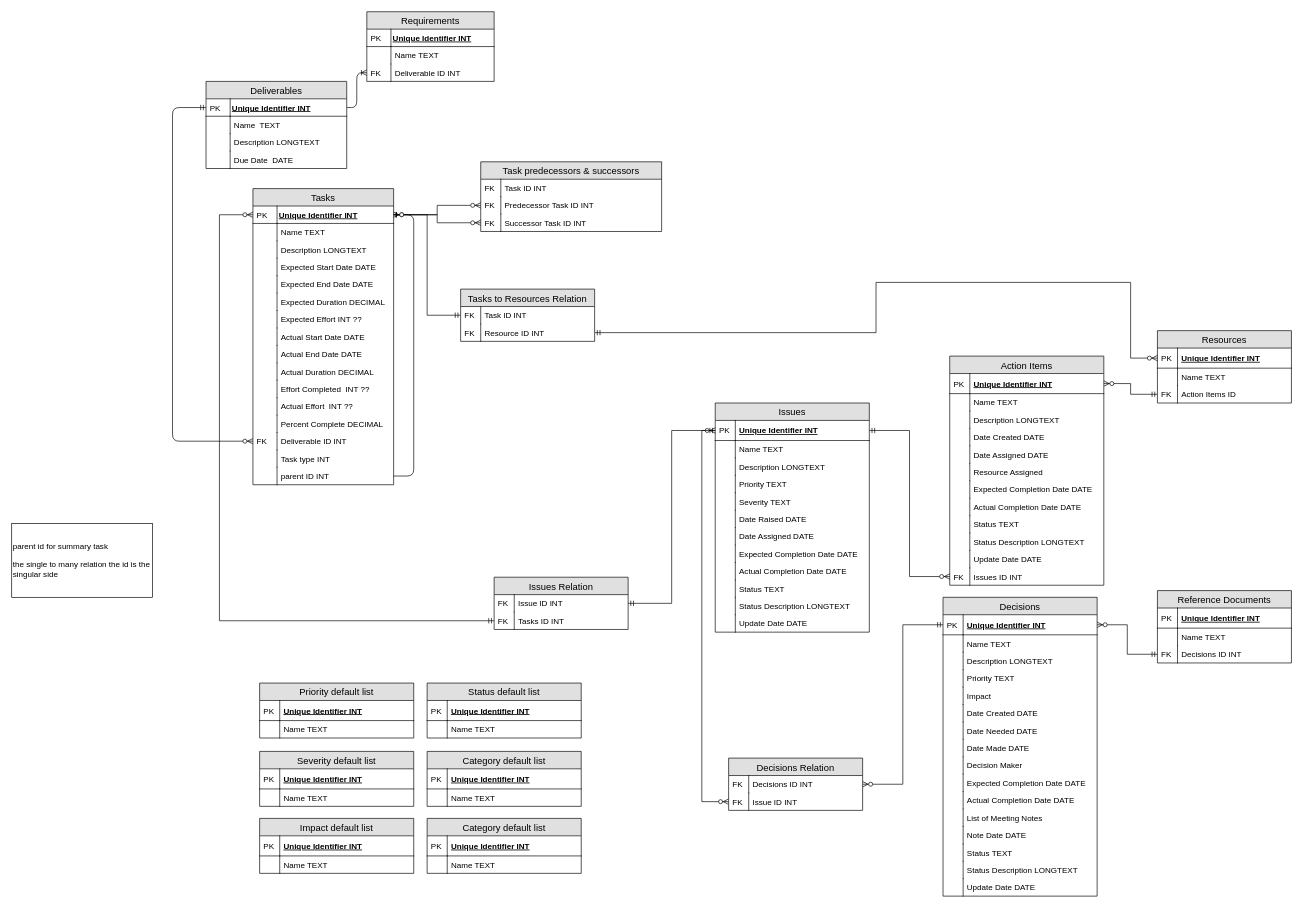
This is ERD.drawio from alicebalayan/comp380---project3, a draw.io file, before an edit. Source tidied: cells renumbered, new cells numbered last; positions are measured from the earlier drawing's top-left corner, leaving out a move shared by most shapes. Both pictures are drawn from the tidied source at 67%, with x=0, y=0 at pixel (11, 11).
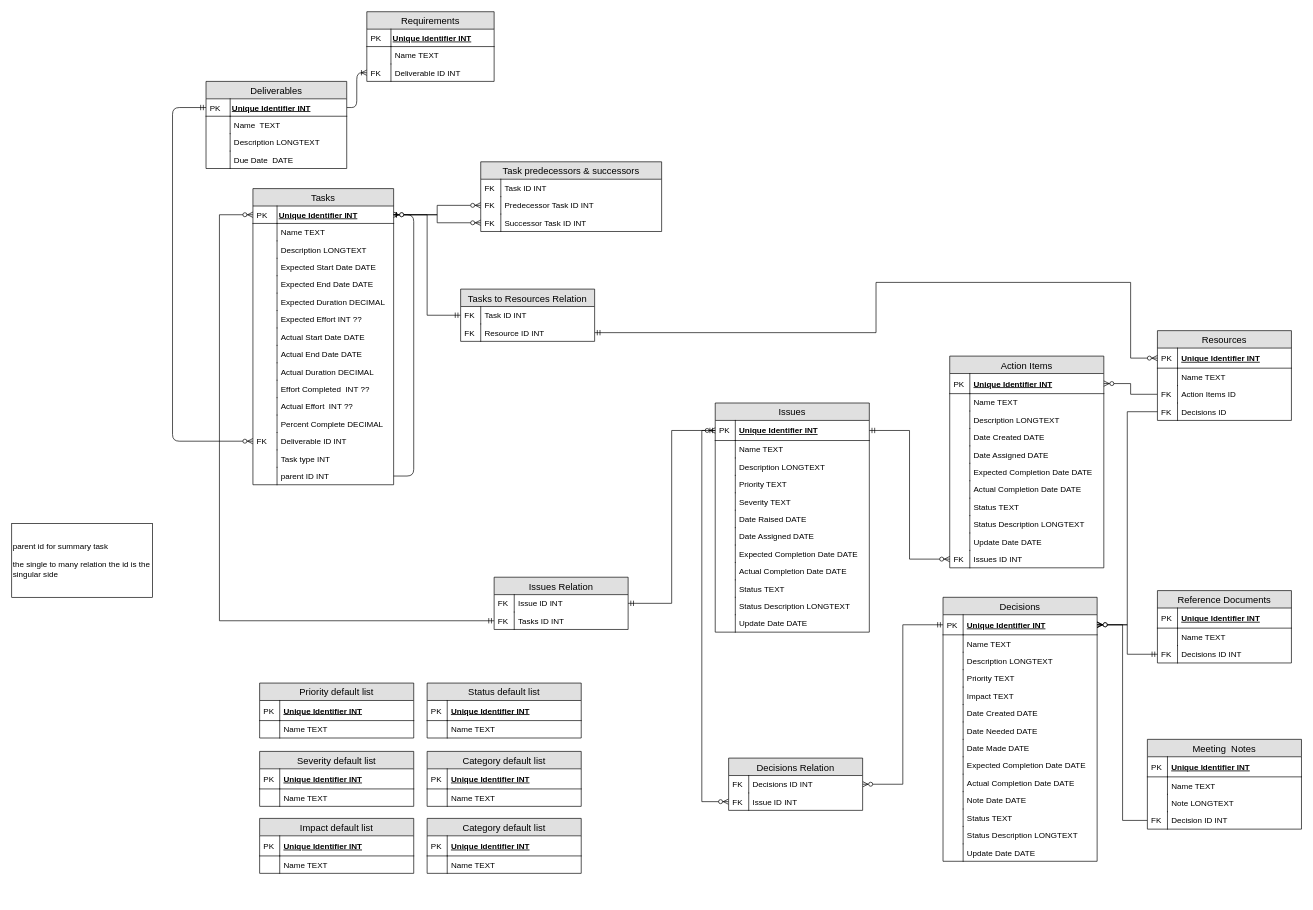
The same diagram, later.

Unchanged cells that the change refers to:
```xml
<mxCell id="29" value="Unique Identifier INT" style="shape=partialRectangle;top=0;left=0;right=0;bottom=1;align=left;verticalAlign=middle;fillColor=none;spacingLeft=34;spacingRight=4;overflow=hidden;points=[[0,0.5],[1,0.5]];portConstraint=eastwest;fontStyle=5;fontSize=12;" parent="28" vertex="1">
  <mxGeometry y="26" width="230" height="30" as="geometry" />
</mxCell>
<mxCell id="62" value="Unique Identifier INT" style="shape=partialRectangle;top=0;left=0;right=0;bottom=1;align=left;verticalAlign=middle;fillColor=none;spacingLeft=34;spacingRight=4;overflow=hidden;points=[[0,0.5],[1,0.5]];portConstraint=eastwest;fontStyle=5;fontSize=12;" parent="61" vertex="1">
  <mxGeometry y="26" width="230" height="30" as="geometry" />
</mxCell>
<mxCell id="150" value="Action Items ID&#10;" style="shape=partialRectangle;top=0;left=0;right=0;bottom=0;align=left;verticalAlign=top;fillColor=none;spacingLeft=34;spacingRight=4;overflow=hidden;points=[[0,0.5],[1,0.5]];portConstraint=eastwest;fontSize=12;" parent="145" vertex="1">
  <mxGeometry y="82" width="200" height="26" as="geometry" />
</mxCell>
```

Change to the diagram source:
```diff
@@
     <mxCell id="28" value="Decisions" style="swimlane;fontStyle=0;horizontal=1;startSize=26;fillColor=#e0e0e0;swimlaneFillColor=#ffffff;align=center;fontSize=14;" parent="1" vertex="1">
-      <mxGeometry x="1390" y="874" width="230" height="446" as="geometry" />
+      <mxGeometry x="1390" y="874" width="230" height="394" as="geometry" />
     </mxCell>
@@
-    <mxCell id="37" value="Impact" style="shape=partialRectangle;top=0;left=0;right=0;bottom=0;align=left;verticalAlign=top;fillColor=none;spacingLeft=34;spacingRight=4;overflow=hidden;fontSize=12;" parent="28" vertex="1">
+    <mxCell id="37" value="Impact TEXT" style="shape=partialRectangle;top=0;left=0;right=0;bottom=0;align=left;verticalAlign=top;fillColor=none;spacingLeft=34;spacingRight=4;overflow=hidden;fontSize=12;" parent="28" vertex="1">
       <mxGeometry y="134" width="230" height="26" as="geometry" />
     </mxCell>
@@
-    <mxCell id="45" value="Decision Maker" style="shape=partialRectangle;top=0;left=0;right=0;bottom=0;align=left;verticalAlign=top;fillColor=none;spacingLeft=34;spacingRight=4;overflow=hidden;fontSize=12;" parent="28" vertex="1">
-      <mxGeometry y="238" width="230" height="26" as="geometry" />
-    </mxCell>
-    <mxCell id="46" style="shape=partialRectangle;top=0;left=0;bottom=0;fillColor=none;align=left;verticalAlign=top;spacingLeft=4;spacingRight=4;overflow=hidden;fontSize=12;" parent="45" vertex="1">
-      <mxGeometry width="30" height="26" as="geometry" />
-    </mxCell>
     <mxCell id="47" value="Expected Completion Date DATE" style="shape=partialRectangle;top=0;left=0;right=0;bottom=0;align=left;verticalAlign=top;fillColor=none;spacingLeft=34;spacingRight=4;overflow=hidden;fontSize=12;" parent="28" vertex="1">
-      <mxGeometry y="264" width="230" height="26" as="geometry" />
+      <mxGeometry y="238" width="230" height="26" as="geometry" />
     </mxCell>
@@
     <mxCell id="49" value="Actual Completion Date DATE" style="shape=partialRectangle;top=0;left=0;right=0;bottom=0;align=left;verticalAlign=top;fillColor=none;spacingLeft=34;spacingRight=4;overflow=hidden;fontSize=12;" parent="28" vertex="1">
-      <mxGeometry y="290" width="230" height="26" as="geometry" />
+      <mxGeometry y="264" width="230" height="26" as="geometry" />
     </mxCell>
@@
-    <mxCell id="51" value="List of Meeting Notes" style="shape=partialRectangle;top=0;left=0;right=0;bottom=0;align=left;verticalAlign=top;fillColor=none;spacingLeft=34;spacingRight=4;overflow=hidden;fontSize=12;" parent="28" vertex="1">
-      <mxGeometry y="316" width="230" height="26" as="geometry" />
-    </mxCell>
-    <mxCell id="52" style="shape=partialRectangle;top=0;left=0;bottom=0;fillColor=none;align=left;verticalAlign=top;spacingLeft=4;spacingRight=4;overflow=hidden;fontSize=12;" parent="51" vertex="1">
-      <mxGeometry width="30" height="26" as="geometry" />
-    </mxCell>
     <mxCell id="53" value="Note Date DATE" style="shape=partialRectangle;top=0;left=0;right=0;bottom=0;align=left;verticalAlign=top;fillColor=none;spacingLeft=34;spacingRight=4;overflow=hidden;fontSize=12;" parent="28" vertex="1">
-      <mxGeometry y="342" width="230" height="26" as="geometry" />
+      <mxGeometry y="290" width="230" height="26" as="geometry" />
     </mxCell>
@@
     <mxCell id="55" value="Status TEXT" style="shape=partialRectangle;top=0;left=0;right=0;bottom=0;align=left;verticalAlign=top;fillColor=none;spacingLeft=34;spacingRight=4;overflow=hidden;fontSize=12;" parent="28" vertex="1">
-      <mxGeometry y="368" width="230" height="26" as="geometry" />
+      <mxGeometry y="316" width="230" height="26" as="geometry" />
     </mxCell>
@@
     <mxCell id="57" value="Status Description LONGTEXT" style="shape=partialRectangle;top=0;left=0;right=0;bottom=0;align=left;verticalAlign=top;fillColor=none;spacingLeft=34;spacingRight=4;overflow=hidden;fontSize=12;" parent="28" vertex="1">
-      <mxGeometry y="394" width="230" height="26" as="geometry" />
+      <mxGeometry y="342" width="230" height="26" as="geometry" />
     </mxCell>
@@
     <mxCell id="59" value="Update Date DATE" style="shape=partialRectangle;top=0;left=0;right=0;bottom=0;align=left;verticalAlign=top;fillColor=none;spacingLeft=34;spacingRight=4;overflow=hidden;fontSize=12;" parent="28" vertex="1">
-      <mxGeometry y="420" width="230" height="26" as="geometry" />
+      <mxGeometry y="368" width="230" height="26" as="geometry" />
     </mxCell>
@@
     <mxCell id="61" value="Action Items" style="swimlane;fontStyle=0;horizontal=1;startSize=26;fillColor=#e0e0e0;swimlaneFillColor=#ffffff;align=center;fontSize=14;" parent="1" vertex="1">
-      <mxGeometry x="1400" y="514" width="230" height="342" as="geometry" />
+      <mxGeometry x="1400" y="514" width="230" height="316" as="geometry" />
     </mxCell>
@@
-    <mxCell id="72" value="Resource Assigned" style="shape=partialRectangle;top=0;left=0;right=0;bottom=0;align=left;verticalAlign=top;fillColor=none;spacingLeft=34;spacingRight=4;overflow=hidden;fontSize=12;" parent="61" vertex="1">
-      <mxGeometry y="160" width="230" height="26" as="geometry" />
-    </mxCell>
-    <mxCell id="73" style="shape=partialRectangle;top=0;left=0;bottom=0;fillColor=none;align=left;verticalAlign=top;spacingLeft=4;spacingRight=4;overflow=hidden;fontSize=12;" parent="72" vertex="1">
-      <mxGeometry width="30" height="26" as="geometry" />
-    </mxCell>
     <mxCell id="74" value="Expected Completion Date DATE" style="shape=partialRectangle;top=0;left=0;right=0;bottom=0;align=left;verticalAlign=top;fillColor=none;spacingLeft=34;spacingRight=4;overflow=hidden;fontSize=12;" parent="61" vertex="1">
-      <mxGeometry y="186" width="230" height="26" as="geometry" />
+      <mxGeometry y="160" width="230" height="26" as="geometry" />
     </mxCell>
@@
     <mxCell id="76" value="Actual Completion Date DATE" style="shape=partialRectangle;top=0;left=0;right=0;bottom=0;align=left;verticalAlign=top;fillColor=none;spacingLeft=34;spacingRight=4;overflow=hidden;fontSize=12;" parent="61" vertex="1">
-      <mxGeometry y="212" width="230" height="26" as="geometry" />
+      <mxGeometry y="186" width="230" height="26" as="geometry" />
     </mxCell>
@@
     <mxCell id="78" value="Status TEXT" style="shape=partialRectangle;top=0;left=0;right=0;bottom=0;align=left;verticalAlign=top;fillColor=none;spacingLeft=34;spacingRight=4;overflow=hidden;fontSize=12;" parent="61" vertex="1">
-      <mxGeometry y="238" width="230" height="26" as="geometry" />
+      <mxGeometry y="212" width="230" height="26" as="geometry" />
     </mxCell>
@@
     <mxCell id="80" value="Status Description LONGTEXT" style="shape=partialRectangle;top=0;left=0;right=0;bottom=0;align=left;verticalAlign=top;fillColor=none;spacingLeft=34;spacingRight=4;overflow=hidden;fontSize=12;" parent="61" vertex="1">
-      <mxGeometry y="264" width="230" height="26" as="geometry" />
+      <mxGeometry y="238" width="230" height="26" as="geometry" />
     </mxCell>
@@
     <mxCell id="82" value="Update Date DATE" style="shape=partialRectangle;top=0;left=0;right=0;bottom=0;align=left;verticalAlign=top;fillColor=none;spacingLeft=34;spacingRight=4;overflow=hidden;fontSize=12;" parent="61" vertex="1">
-      <mxGeometry y="290" width="230" height="26" as="geometry" />
+      <mxGeometry y="264" width="230" height="26" as="geometry" />
     </mxCell>
@@
     <mxCell id="84" value="Issues ID INT" style="shape=partialRectangle;top=0;left=0;right=0;bottom=0;align=left;verticalAlign=top;fillColor=none;spacingLeft=34;spacingRight=4;overflow=hidden;points=[[0,0.5],[1,0.5]];portConstraint=eastwest;fontSize=12;" parent="61" vertex="1">
-      <mxGeometry y="316" width="230" height="26" as="geometry" />
+      <mxGeometry y="290" width="230" height="26" as="geometry" />
     </mxCell>
@@
-    <mxCell id="144" style="edgeStyle=elbowEdgeStyle;rounded=0;jettySize=auto;html=1;exitX=1;exitY=0.5;exitDx=0;exitDy=0;startArrow=ERzeroToMany;startFill=1;endArrow=ERmandOne;endFill=0;entryX=0;entryY=0.5;entryDx=0;entryDy=0;" parent="1" edge="1" source="62" target="150">
+    <mxCell id="144" style="edgeStyle=elbowEdgeStyle;rounded=0;jettySize=auto;html=1;exitX=1;exitY=0.5;exitDx=0;exitDy=0;startArrow=ERzeroToMany;startFill=1;endArrow=none;endFill=0;entryX=0;entryY=0.5;entryDx=0;entryDy=0;" parent="1" edge="1" source="62" target="150">
       <mxGeometry relative="1" as="geometry" />
     </mxCell>
     <mxCell id="145" value="Resources" style="swimlane;fontStyle=0;horizontal=1;startSize=26;fillColor=#e0e0e0;swimlaneFillColor=#ffffff;align=center;fontSize=14;" parent="1" vertex="1">
-      <mxGeometry x="1710" y="476" width="200" height="108" as="geometry" />
+      <mxGeometry x="1710" y="476" width="200" height="134" as="geometry" />
     </mxCell>
@@
+    <mxCell id="215" value="Decisions ID&#10;" style="shape=partialRectangle;top=0;left=0;right=0;bottom=0;align=left;verticalAlign=top;fillColor=none;spacingLeft=34;spacingRight=4;overflow=hidden;points=[[0,0.5],[1,0.5]];portConstraint=eastwest;fontSize=12;" parent="145" vertex="1">
+      <mxGeometry y="108" width="200" height="26" as="geometry" />
+    </mxCell>
+    <mxCell id="216" value="FK" style="shape=partialRectangle;top=0;left=0;bottom=0;fillColor=none;align=left;verticalAlign=top;spacingLeft=4;spacingRight=4;overflow=hidden;fontSize=12;" parent="215" vertex="1">
+      <mxGeometry width="30" height="26" as="geometry" />
+    </mxCell>
@@
+    <mxCell id="217" style="edgeStyle=elbowEdgeStyle;rounded=0;jettySize=auto;html=1;exitX=1;exitY=0.5;exitDx=0;exitDy=0;startArrow=ERzeroToMany;startFill=1;endArrow=none;endFill=0;entryX=0;entryY=0.5;entryDx=0;entryDy=0;" parent="1" edge="1" source="29" target="215">
+      <mxGeometry relative="1" as="geometry" />
+    </mxCell>
+    <mxCell id="218" style="edgeStyle=elbowEdgeStyle;rounded=0;jettySize=auto;html=1;startArrow=ERzeroToMany;startFill=1;endArrow=none;endFill=0;entryX=0;entryY=0.5;entryDx=0;entryDy=0;exitX=1;exitY=0.5;exitDx=0;exitDy=0;" parent="1" edge="1" source="29" target="226">
+      <mxGeometry relative="1" as="geometry" />
+    </mxCell>
+    <mxCell id="219" value="Meeting  Notes" style="swimlane;fontStyle=0;horizontal=1;startSize=26;fillColor=#e0e0e0;swimlaneFillColor=#ffffff;align=center;fontSize=14;" parent="1" vertex="1">
+      <mxGeometry x="1695" y="1086" width="230" height="134" as="geometry" />
+    </mxCell>
+    <mxCell id="220" value="Unique Identifier INT" style="shape=partialRectangle;top=0;left=0;right=0;bottom=1;align=left;verticalAlign=middle;fillColor=none;spacingLeft=34;spacingRight=4;overflow=hidden;fontStyle=5;fontSize=12;" parent="219" vertex="1">
+      <mxGeometry y="26" width="230" height="30" as="geometry" />
+    </mxCell>
+    <mxCell id="221" value="PK" style="shape=partialRectangle;top=0;left=0;bottom=0;fillColor=none;align=left;verticalAlign=middle;spacingLeft=4;spacingRight=4;overflow=hidden;fontSize=12;" parent="220" vertex="1">
+      <mxGeometry width="30" height="30" as="geometry" />
+    </mxCell>
+    <mxCell id="222" value="Name TEXT" style="shape=partialRectangle;top=0;left=0;right=0;bottom=0;align=left;verticalAlign=top;fillColor=none;spacingLeft=34;spacingRight=4;overflow=hidden;fontSize=12;" parent="219" vertex="1">
+      <mxGeometry y="56" width="230" height="26" as="geometry" />
+    </mxCell>
+    <mxCell id="223" style="shape=partialRectangle;top=0;left=0;bottom=0;fillColor=none;align=left;verticalAlign=top;spacingLeft=4;spacingRight=4;overflow=hidden;fontSize=12;" parent="222" vertex="1">
+      <mxGeometry width="30" height="26" as="geometry" />
+    </mxCell>
+    <mxCell id="224" value="Note LONGTEXT" style="shape=partialRectangle;top=0;left=0;right=0;bottom=0;align=left;verticalAlign=top;fillColor=none;spacingLeft=34;spacingRight=4;overflow=hidden;fontSize=12;" parent="219" vertex="1">
+      <mxGeometry y="82" width="230" height="26" as="geometry" />
+    </mxCell>
+    <mxCell id="225" style="shape=partialRectangle;top=0;left=0;bottom=0;fillColor=none;align=left;verticalAlign=top;spacingLeft=4;spacingRight=4;overflow=hidden;fontSize=12;" parent="224" vertex="1">
+      <mxGeometry width="30" height="26" as="geometry" />
+    </mxCell>
+    <mxCell id="226" value="Decision ID INT" style="shape=partialRectangle;top=0;left=0;right=0;bottom=0;align=left;verticalAlign=top;fillColor=none;spacingLeft=34;spacingRight=4;overflow=hidden;points=[[0,0.5],[1,0.5]];portConstraint=eastwest;fontSize=12;" parent="219" vertex="1">
+      <mxGeometry y="108" width="230" height="26" as="geometry" />
+    </mxCell>
+    <mxCell id="227" value="FK&#10;" style="shape=partialRectangle;top=0;left=0;bottom=0;fillColor=none;align=left;verticalAlign=top;spacingLeft=4;spacingRight=4;overflow=hidden;fontSize=12;" parent="226" vertex="1">
+      <mxGeometry width="30" height="26" as="geometry" />
+    </mxCell>
```
